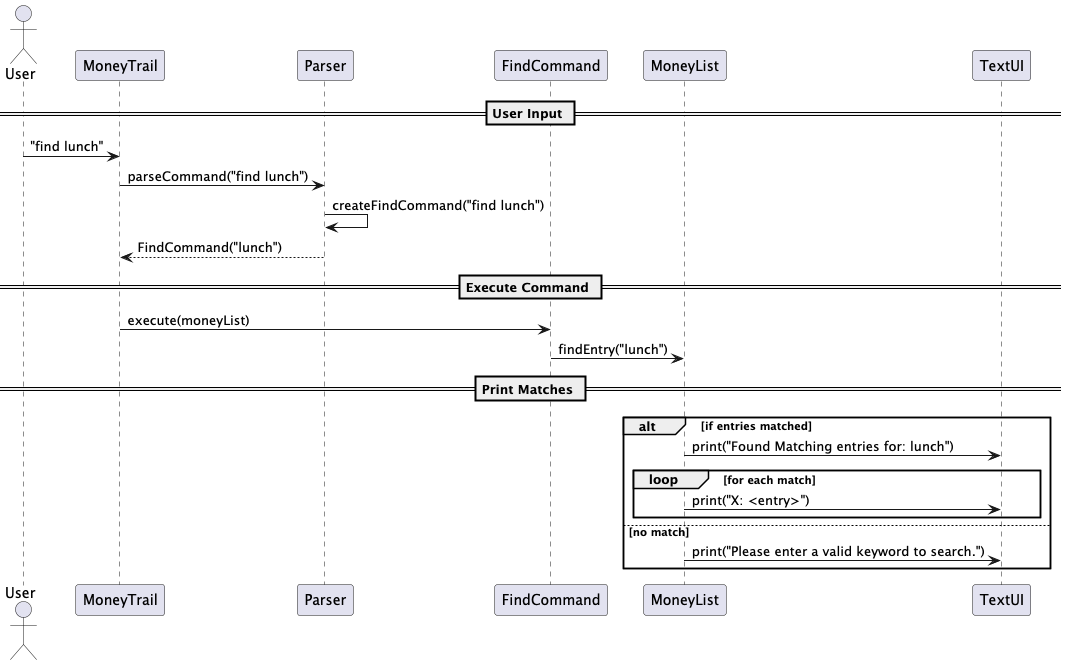
Above: docs/diagrams/FindCommand.png in EdwinTun98/tp (PlantUML), before the change. Source of this version:
```plantuml
@startuml
actor User
participant MoneyTrail
participant Parser
participant FindCommand
participant MoneyList
participant TextUI

== User Input ==
User -> MoneyTrail : "find lunch"
MoneyTrail -> Parser : parseCommand("find lunch")
Parser -> Parser : createFindCommand("find lunch")
Parser --> MoneyTrail : FindCommand("lunch")

== Execute Command ==
MoneyTrail -> FindCommand : execute(moneyList)
FindCommand -> MoneyList : findEntry("lunch")

== Print Matches ==
alt if entries matched
    MoneyList -> TextUI : print("Found Matching entries for: lunch")
    loop for each match
        MoneyList -> TextUI : print("X: <entry>")
    end
else no match
    MoneyList -> TextUI : print("Please enter a valid keyword to search.")
end

@enduml
```
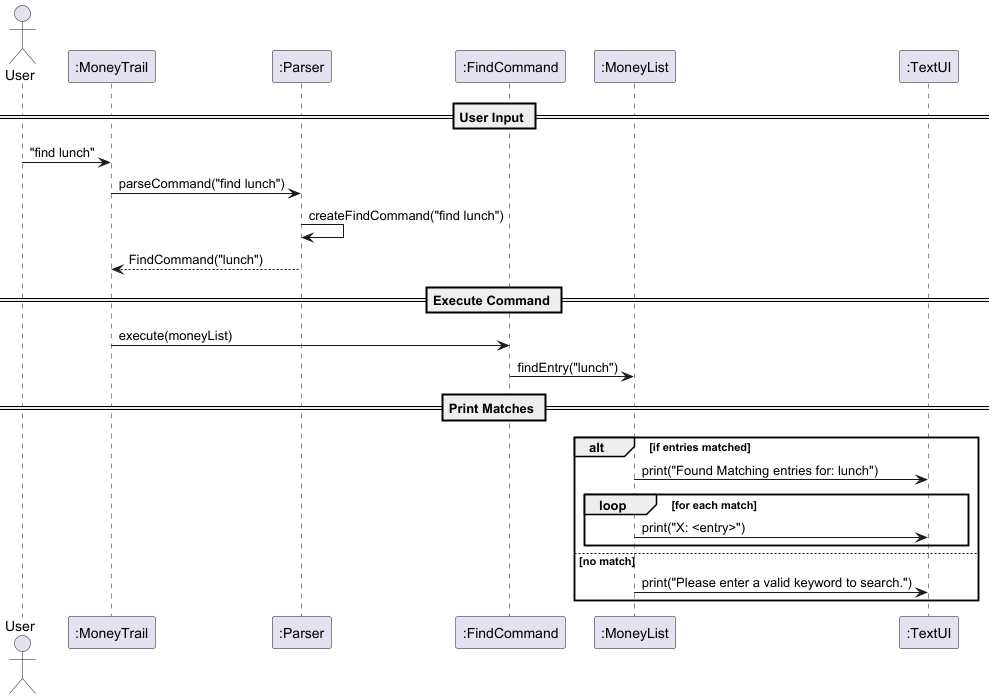
The same file after the commit.

The edit, as a diff of the source:
```diff
@@ -1,10 +1,10 @@
 @startuml
 actor User
-participant MoneyTrail
-participant Parser
-participant FindCommand
-participant MoneyList
-participant TextUI
+participant MoneyTrail as ":MoneyTrail"
+participant Parser as ":Parser"
+participant FindCommand as ":FindCommand"
+participant MoneyList as ":MoneyList"
+participant TextUI as ":TextUI"
 
 == User Input ==
 User -> MoneyTrail : "find lunch"
```
